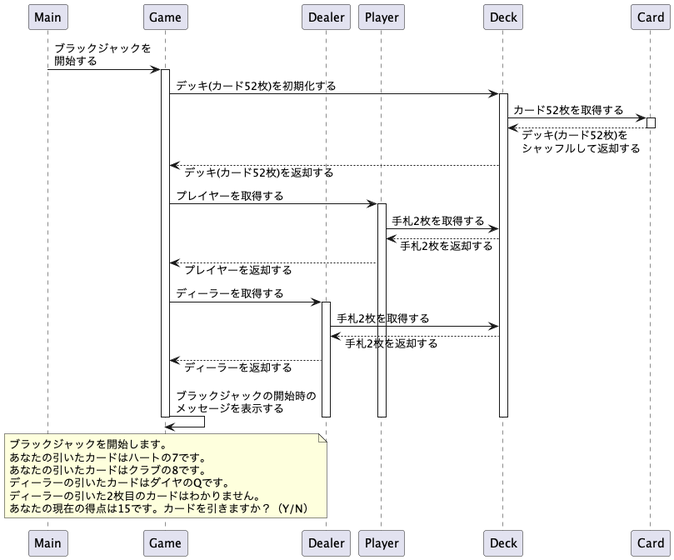
Earlier version of the PlantUML export out/src/docs/sequence/Blackjack.png (ryamate/php-oop-cli-blackjack). The source it was exported from:
```plantuml
@startuml Blackjack
participant Main order 10
participant Game order 20
participant Dealer order 30
participant Player order 40
participant Deck order 50
participant Card order 60

skinparam responseMessageBelowArrow true
Main -> Game : ブラックジャックを\n開始する
activate Game
Game -> Deck : デッキ(カード52枚)を初期化する
activate Deck
Deck -> Card : カード52枚を取得する
activate Card
Card --> Deck : デッキ(カード52枚)を\nシャッフルして返却する
deactivate Card
Deck --> Game : デッキ(カード52枚)を返却する

Game -> Player : プレイヤーを取得する
activate Player
Player -> Deck : 手札2枚を取得する
Deck --> Player : 手札2枚を返却する
Player --> Game : プレイヤーを返却する

Game ->  Dealer : ディーラーを取得する
activate  Dealer
Dealer -> Deck : 手札2枚を取得する
Deck --> Dealer : 手札2枚を返却する
Dealer --> Game : ディーラーを返却する

Game ->  Game : ブラックジャックの開始時の\nメッセージを表示する

note over Game
ブラックジャックを開始します。
あなたの引いたカードはハートの7です。
あなたの引いたカードはクラブの8です。
ディーラーの引いたカードはダイヤのQです。
ディーラーの引いた2枚目のカードはわかりません。
あなたの現在の得点は15です。カードを引きますか？（Y/N）
end note

deactivate Deck
deactivate Game
deactivate Dealer
deactivate Player

@enduml
```
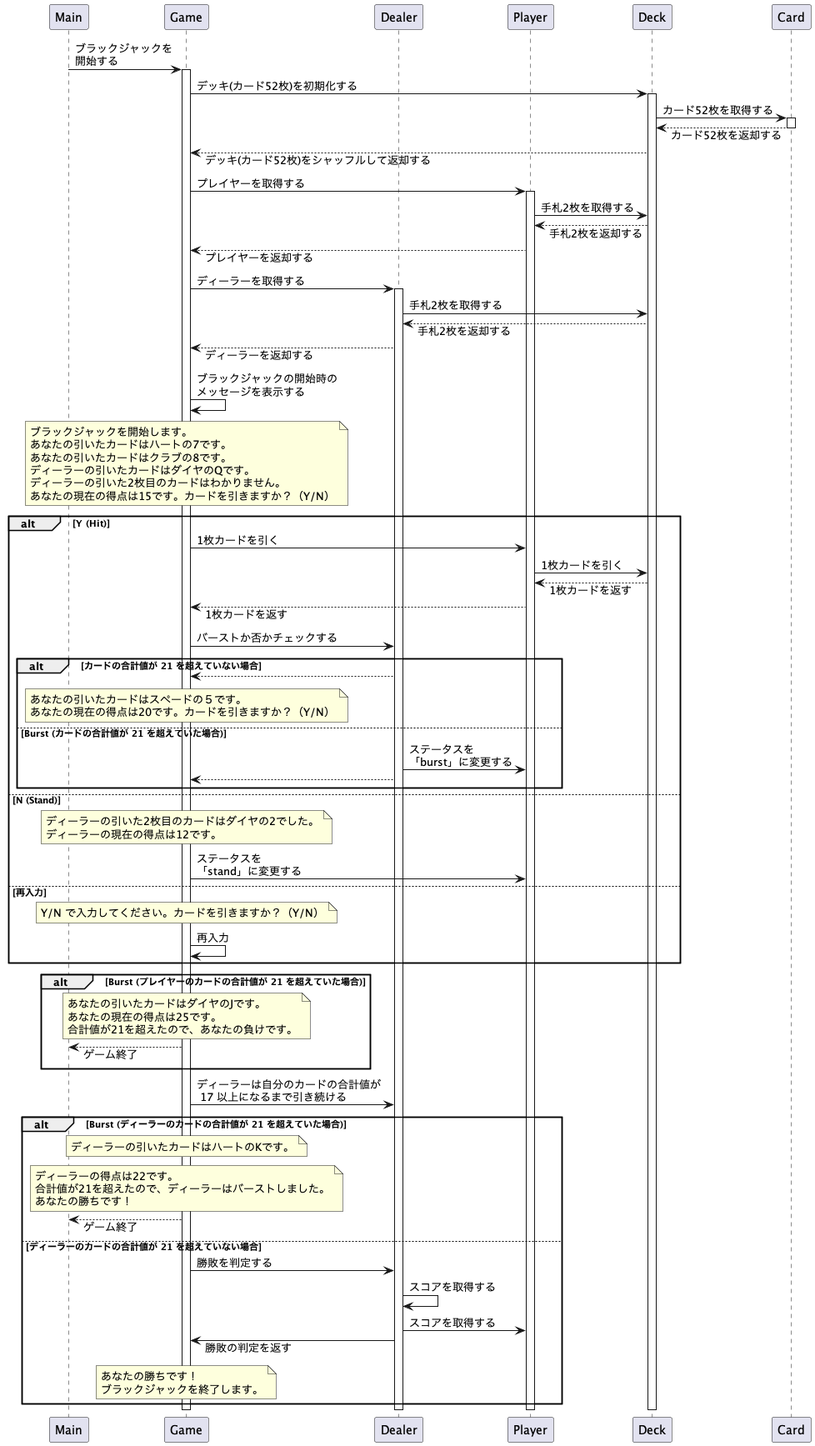
After the change.

Diff of the diagram source:
```diff
@@ -13,9 +13,9 @@
 activate Deck
 Deck -> Card : カード52枚を取得する
 activate Card
-Card --> Deck : デッキ(カード52枚)を\nシャッフルして返却する
+Card --> Deck : カード52枚を返却する
 deactivate Card
-Deck --> Game : デッキ(カード52枚)を返却する
+Deck --> Game : デッキ(カード52枚)をシャッフルして返却する
 
 Game -> Player : プレイヤーを取得する
 activate Player
@@ -32,13 +32,86 @@
 Game ->  Game : ブラックジャックの開始時の\nメッセージを表示する
 
 note over Game
-ブラックジャックを開始します。
-あなたの引いたカードはハートの7です。
-あなたの引いたカードはクラブの8です。
-ディーラーの引いたカードはダイヤのQです。
-ディーラーの引いた2枚目のカードはわかりません。
-あなたの現在の得点は15です。カードを引きますか？（Y/N）
+  ブラックジャックを開始します。
+  あなたの引いたカードはハートの7です。
+  あなたの引いたカードはクラブの8です。
+  ディーラーの引いたカードはダイヤのQです。
+  ディーラーの引いた2枚目のカードはわかりません。
+  あなたの現在の得点は15です。カードを引きますか？（Y/N）
 end note
+
+alt Y (Hit)
+  Game -> Player : 1枚カードを引く
+  Player -> Deck : 1枚カードを引く
+  Deck --> Player : 1枚カードを返す
+  Player --> Game : 1枚カードを返す
+
+  Game -> Dealer : バーストか否かチェックする
+
+  alt カードの合計値が 21 を超えていない場合
+    Dealer --> Game :
+    note over Game
+      あなたの引いたカードはスペードの５です。
+      あなたの現在の得点は20です。カードを引きますか？（Y/N）
+    end note
+  else Burst (カードの合計値が 21 を超えていた場合)
+    Dealer -> Player : ステータスを\n「burst」に変更する
+    Dealer --> Game :
+
+  end
+else N (Stand)
+
+  note over Game
+    ディーラーの引いた2枚目のカードはダイヤの2でした。
+    ディーラーの現在の得点は12です。
+  end note
+
+  Game -> Player : ステータスを\n「stand」に変更する
+
+else 再入力
+  note over Game
+    Y/N で入力してください。カードを引きますか？（Y/N）
+  end note
+  Game -> Game : 再入力
+end
+
+alt Burst (プレイヤーのカードの合計値が 21 を超えていた場合)
+  note over Game
+    あなたの引いたカードはダイヤのJです。
+    あなたの現在の得点は25です。
+    合計値が21を超えたので、あなたの負けです。
+  end note
+  Game --> Main : ゲーム終了
+end
+
+Game -> Dealer : ディーラーは自分のカードの合計値が\n 17 以上になるまで引き続ける
+
+
+alt Burst (ディーラーのカードの合計値が 21 を超えていた場合)
+
+  note over Game
+    ディーラーの引いたカードはハートのKです。
+  end note
+  note over Game
+    ディーラーの得点は22です。
+    合計値が21を超えたので、ディーラーはバーストしました。
+    あなたの勝ちです！
+  end note
+  Game --> Main : ゲーム終了
+
+else ディーラーのカードの合計値が 21 を超えていない場合
+
+  Game -> Dealer : 勝敗を判定する
+  Dealer -> Dealer : スコアを取得する
+  Dealer -> Player : スコアを取得する
+  Dealer -> Game : 勝敗の判定を返す
+
+  note over Game
+    あなたの勝ちです！
+    ブラックジャックを終了します。
+  end note
+
+end
 
 deactivate Deck
 deactivate Game
```
